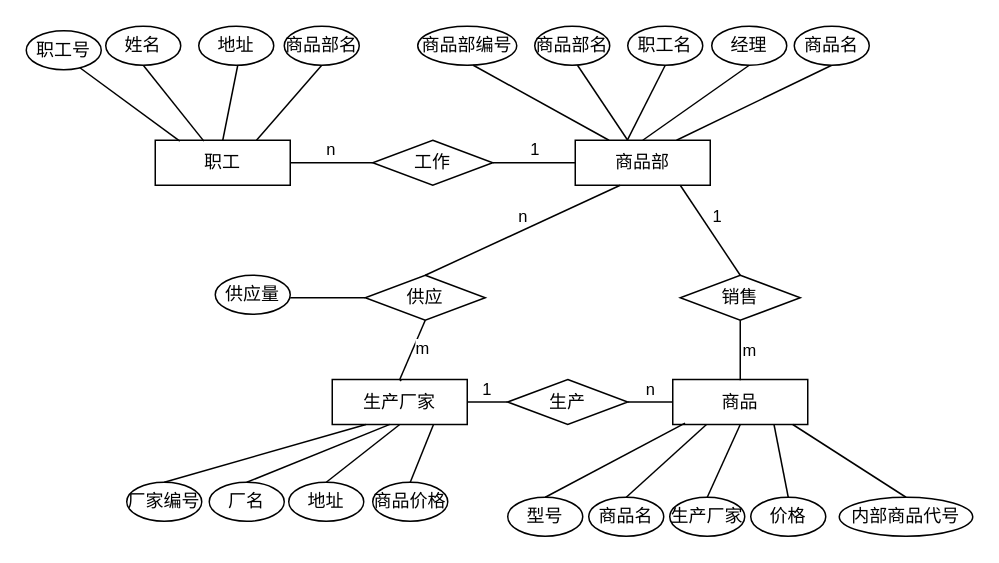
Above: page "Page-1" (1 of 2) of Diagram.drawio in YuJiang4319/Diagram (draw.io), before the change. Source tidied: cells renumbered, new cells numbered last; positions are measured from the earlier drawing's top-left corner, leaving out a move shared by most shapes. Both pictures are drawn from the tidied source at 150%, with x=0, y=0 at pixel (26, 26).
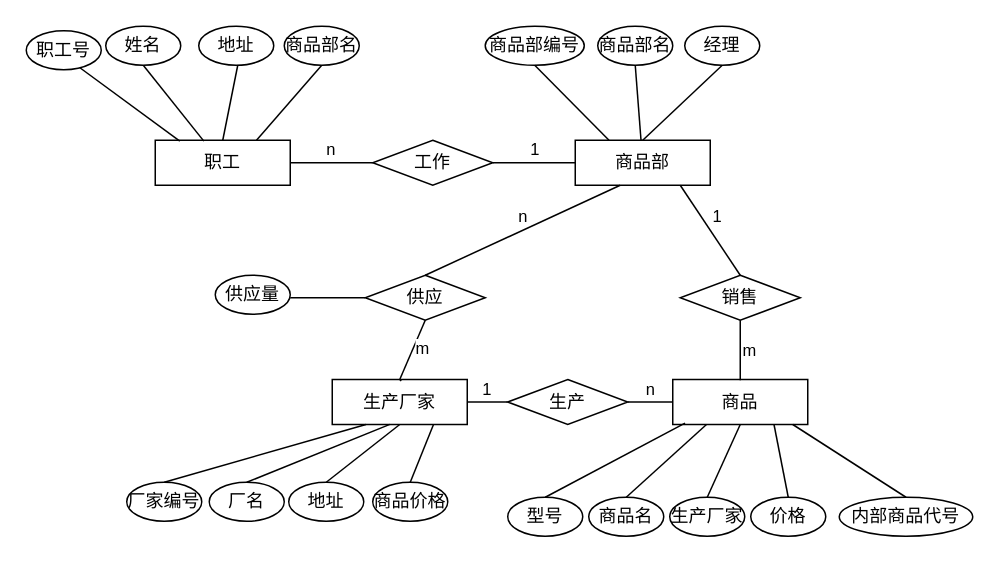
After the change.

Unchanged cells that the change refers to:
```xml
<mxCell id="7" value="商品部" style="rounded=0;whiteSpace=wrap;html=1;" parent="1" vertex="1">
  <mxGeometry x="366" y="76" width="90" height="30" as="geometry" />
</mxCell>
```

What changed in the source:
```diff
@@
-    <mxCell id="8" style="endArrow=none;html=1;rounded=0;entryX=0.75;entryY=1;entryDx=0;entryDy=0;" parent="1" edge="1" source="7">
-      <mxGeometry relative="1" as="geometry">
-        <mxPoint x="367.5" y="26" as="targetPoint" />
-      </mxGeometry>
+    <mxCell id="8" style="endArrow=none;html=1;rounded=0;entryX=0.5;entryY=1;entryDx=0;entryDy=0;" parent="1" edge="1" source="7" target="47">
+      <mxGeometry relative="1" as="geometry" />
     </mxCell>
-    <mxCell id="9" style="endArrow=none;html=1;rounded=0;exitX=0.387;exitY=-0.007;exitDx=0;exitDy=0;exitPerimeter=0;entryX=0.5;entryY=1;entryDx=0;entryDy=0;" parent="1" edge="1" source="7" target="33">
-      <mxGeometry relative="1" as="geometry" />
-    </mxCell>
-    <mxCell id="10" style="endArrow=none;html=1;rounded=0;entryX=0.5;entryY=1;entryDx=0;entryDy=0;exitX=0.75;exitY=0;exitDx=0;exitDy=0;" parent="1" edge="1" source="7" target="49">
-      <mxGeometry relative="1" as="geometry" />
-    </mxCell>
@@
     <mxCell id="32" value="经理" style="ellipse;whiteSpace=wrap;html=1;" parent="1" vertex="1">
-      <mxGeometry x="457" width="50" height="26" as="geometry" />
+      <mxGeometry x="439" width="50" height="26" as="geometry" />
     </mxCell>
-    <mxCell id="33" value="职工名" style="ellipse;whiteSpace=wrap;html=1;" parent="1" vertex="1">
-      <mxGeometry x="401" width="50" height="26" as="geometry" />
-    </mxCell>
@@
     <mxCell id="47" value="商品部名" style="ellipse;whiteSpace=wrap;html=1;" parent="1" vertex="1">
-      <mxGeometry x="339" width="50" height="26" as="geometry" />
+      <mxGeometry x="381" width="50" height="26" as="geometry" />
     </mxCell>
     <mxCell id="48" value="商品部编号" style="ellipse;whiteSpace=wrap;html=1;" parent="1" vertex="1">
-      <mxGeometry x="261" width="66" height="26" as="geometry" />
+      <mxGeometry x="306" width="66" height="26" as="geometry" />
     </mxCell>
-    <mxCell id="49" value="商品名" style="ellipse;whiteSpace=wrap;html=1;" parent="1" vertex="1">
-      <mxGeometry x="512" width="50" height="26" as="geometry" />
-    </mxCell>
-    <mxCell id="50" style="endArrow=none;html=1;rounded=0;exitX=0.25;exitY=0;exitDx=0;exitDy=0;" parent="1" edge="1" source="7">
-      <mxGeometry relative="1" as="geometry">
-        <mxPoint x="298" y="26" as="targetPoint" />
-      </mxGeometry>
+    <mxCell id="50" style="endArrow=none;html=1;rounded=0;exitX=0.25;exitY=0;exitDx=0;exitDy=0;entryX=0.5;entryY=1;entryDx=0;entryDy=0;" parent="1" edge="1" source="7" target="48">
+      <mxGeometry relative="1" as="geometry" />
     </mxCell>
```
